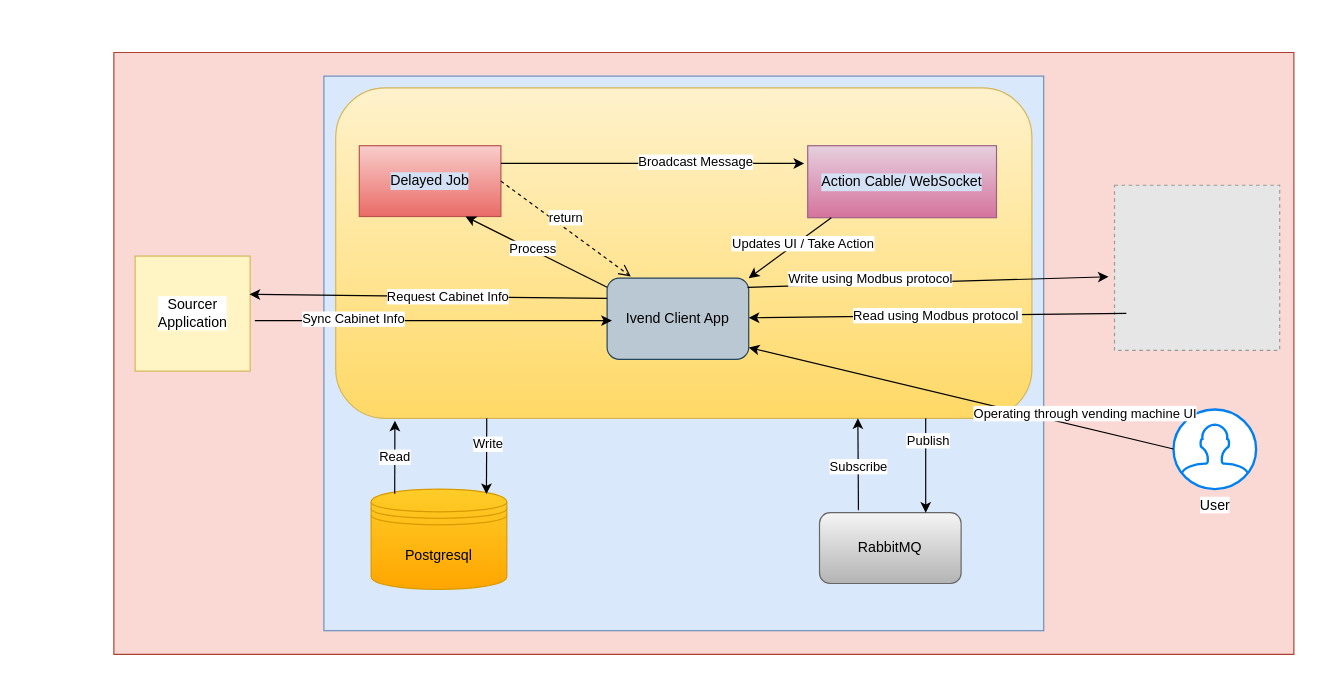
This is Ivend Client.drawio from ishrikanth/graphql, a draw.io file, before an edit. Source tidied: cells renumbered, new cells numbered last; positions are measured from the earlier drawing's top-left corner, leaving out a move shared by most shapes. Both pictures are drawn from the tidied source at 118%, with x=0, y=0 at pixel (113, 52). Pictures stored in the file or linked from it are replaced by grey dashed boxes.
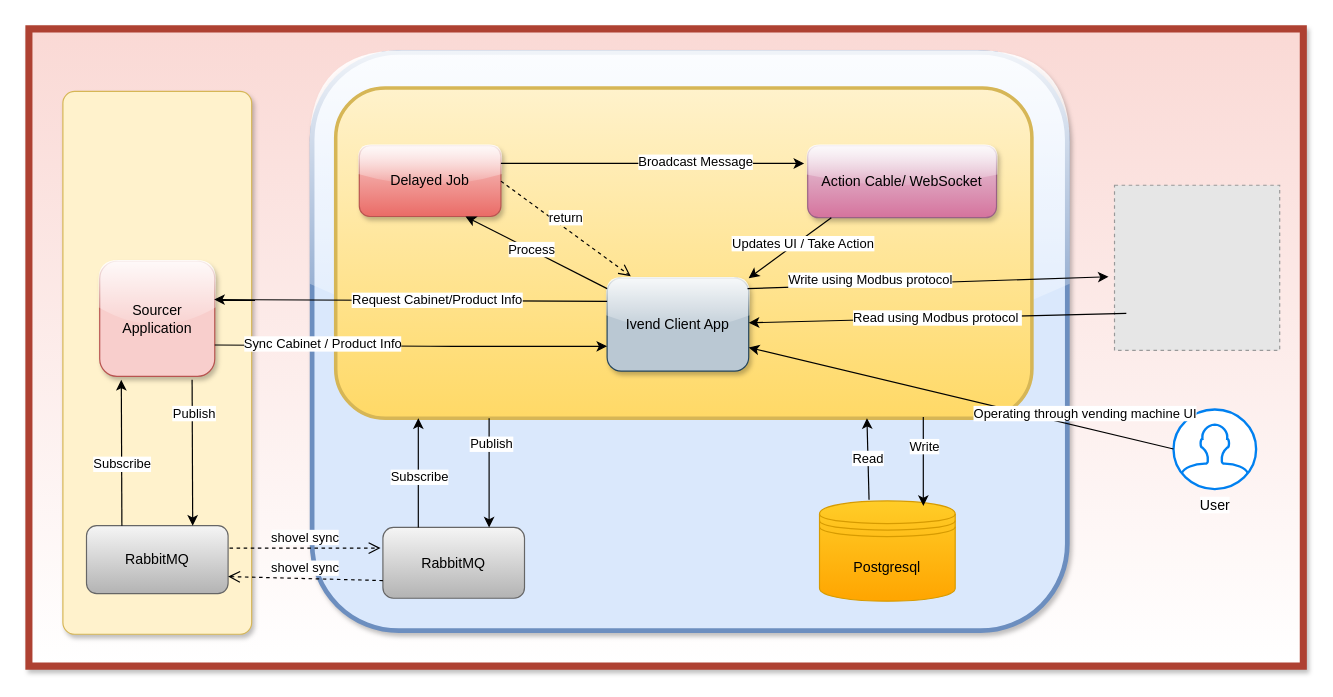
After the change.

The change refers to these unchanged cells:
```xml
<mxCell id="15" style="endArrow=classic;html=1;exitX=0;exitY=0.25;exitDx=0;exitDy=0;entryX=0.995;entryY=0.333;entryDx=0;entryDy=0;entryPerimeter=0;" parent="1" edge="1" source="9" target="6">
  <mxGeometry relative="1" as="geometry" />
</mxCell>
```

What changed in the source:
```diff
@@
-    <mxCell id="2" style="verticalLabelPosition=bottom;verticalAlign=top;html=1;shape=mxgraph.basic.rect;fillColor2=none;strokeWidth=1;size=20;indent=5;fillColor=#fad9d5;strokeColor=#ae4132;" parent="1" vertex="1">
-      <mxGeometry width="1000" height="510" as="geometry" />
+    <mxCell id="2" style="verticalLabelPosition=bottom;verticalAlign=top;html=1;shape=mxgraph.basic.rect;fillColor2=none;strokeWidth=6;size=20;indent=5;fillColor=#fad9d5;strokeColor=#ae4132;shadow=1;gradientColor=#ffffff;" parent="1" vertex="1">
+      <mxGeometry x="-72" y="-20" width="1080" height="540" as="geometry" />
     </mxCell>
+    <mxCell id="37" style="shape=mxgraph.mockup.containers.marginRect;rectMarginTop=10;strokeColor=#d6b656;strokeWidth=1;dashed=0;rounded=1;arcSize=5;shadow=1;fillColor=#fff2cc;" parent="1" vertex="1">
+      <mxGeometry x="-43.2" y="23" width="160" height="470" as="geometry" />
+    </mxCell>
+    <mxCell id="38" value="RabbitMQ" style="rounded=1;whiteSpace=wrap;html=1;gradientColor=#b3b3b3;fillColor=#f5f5f5;strokeColor=#666666;" parent="37" vertex="1">
+      <mxGeometry x="20" y="378" width="120" height="57.5" as="geometry" />
+    </mxCell>
+    <mxCell id="39" style="endArrow=classic;html=1;entryX=0.75;entryY=0;entryDx=0;entryDy=0;" parent="37" edge="1" target="38">
+      <mxGeometry relative="1" as="geometry">
+        <mxPoint x="109.5" y="254.4" as="sourcePoint" />
+      </mxGeometry>
+    </mxCell>
+    <mxCell id="40" value="Publish" style="edgeLabel;html=1;align=center;verticalAlign=middle;" parent="39" vertex="1">
+      <mxGeometry x="-0.54" y="1" relative="1" as="geometry" />
+    </mxCell>
+    <mxCell id="41" style="endArrow=classic;html=1;entryX=0.75;entryY=1;entryDx=0;entryDy=0;exitX=0.25;exitY=0;exitDx=0;exitDy=0;" parent="37" edge="1" source="38">
+      <mxGeometry relative="1" as="geometry">
+        <mxPoint x="49.5" y="254.4" as="targetPoint" />
+      </mxGeometry>
+    </mxCell>
+    <mxCell id="42" value="Subscribe" style="edgeLabel;html=1;align=center;verticalAlign=middle;" parent="41" vertex="1">
+      <mxGeometry x="-0.33" relative="1" as="geometry">
+        <mxPoint y="-12" as="offset" />
+      </mxGeometry>
+    </mxCell>
-    <mxCell id="3" style="rounded=0;whiteSpace=wrap;html=1;labelBackgroundColor=#9933FF;fillColor=#dae8fc;strokeColor=#6c8ebf;" parent="1" vertex="1">
-      <mxGeometry x="178" y="20" width="610" height="470" as="geometry" />
+    <mxCell id="3" style="rounded=1;whiteSpace=wrap;html=1;labelBackgroundColor=#9933FF;fillColor=#dae8fc;strokeColor=#6c8ebf;shadow=1;glass=1;strokeWidth=4;" parent="1" vertex="1">
+      <mxGeometry x="168" width="640" height="490" as="geometry" />
     </mxCell>
-    <mxCell id="4" style="rounded=1;whiteSpace=wrap;html=1;labelBackgroundColor=#D4E1F5;fillColor=#fff2cc;strokeColor=#d6b656;gradientColor=#ffd966;" parent="1" vertex="1">
+    <mxCell id="4" style="rounded=1;whiteSpace=wrap;html=1;labelBackgroundColor=#D4E1F5;fillColor=#fff2cc;strokeColor=#d6b656;gradientColor=#ffd966;strokeWidth=3;" parent="1" vertex="1">
       <mxGeometry x="188" y="30" width="590" height="280" as="geometry" />
     </mxCell>
     <mxCell id="5" value="Postgresql" style="shape=datastore;whiteSpace=wrap;html=1;gradientColor=#ffa500;fillColor=#ffcd28;strokeColor=#d79b00;" parent="1" vertex="1">
-      <mxGeometry x="218" y="370" width="115" height="85" as="geometry" />
+      <mxGeometry x="598" y="380" width="115" height="85" as="geometry" />
     </mxCell>
-    <mxCell id="6" value="Sourcer&lt;br&gt;Application" style="whiteSpace=wrap;labelBackgroundColor=#ffffff;labelBorderColor=#FFF4C3;html=1;fillColor=#FFF4C3;strokeColor=#d6b656;" parent="1" vertex="1">
-      <mxGeometry x="18" y="172.5" width="97.5" height="97.5" as="geometry" />
+    <mxCell id="6" value="Sourcer&lt;br&gt;Application" style="whiteSpace=wrap;labelBackgroundColor=none;labelBorderColor=none;html=1;fillColor=#f8cecc;strokeColor=#b85450;shadow=1;rounded=1;glass=1;gradientColor=none;" parent="1" vertex="1">
+      <mxGeometry x="-12" y="176.9" width="97.5" height="97.5" as="geometry" />
     </mxCell>
@@
     <mxCell id="8" value="RabbitMQ" style="rounded=1;whiteSpace=wrap;html=1;gradientColor=#b3b3b3;fillColor=#f5f5f5;strokeColor=#666666;" parent="1" vertex="1">
-      <mxGeometry x="598" y="390" width="120" height="60" as="geometry" />
+      <mxGeometry x="228" y="402.5" width="120" height="60" as="geometry" />
     </mxCell>
-    <mxCell id="9" value="Ivend Client App" style="rounded=1;whiteSpace=wrap;html=1;fillColor=#bac8d3;strokeColor=#23445d;" parent="1" vertex="1">
-      <mxGeometry x="418" y="191.2" width="120" height="68.8" as="geometry" />
+    <mxCell id="9" value="Ivend Client App" style="rounded=1;whiteSpace=wrap;html=1;fillColor=#bac8d3;strokeColor=#23445d;shadow=1;glass=1;" parent="1" vertex="1">
+      <mxGeometry x="418" y="191.2" width="120" height="78.8" as="geometry" />
     </mxCell>
@@
-    <mxCell id="13" style="endArrow=classic;html=1;entryX=0;entryY=0.5;entryDx=0;entryDy=0;exitX=1;exitY=0.5;exitDx=0;exitDy=0;" parent="1" edge="1">
+    <mxCell id="13" style="endArrow=classic;html=1;" parent="1" edge="1">
       <mxGeometry relative="1" as="geometry">
-        <mxPoint x="119.5" y="227.2" as="sourcePoint" />
-        <mxPoint x="422" y="227.2" as="targetPoint" />
+        <mxPoint x="85.5" y="247.9" as="sourcePoint" />
+        <mxPoint x="418" y="249" as="targetPoint" />
+        <Array as="points">
+          <mxPoint x="278" y="249" />
+        </Array>
       </mxGeometry>
     </mxCell>
-    <mxCell id="14" value="Sync Cabinet Info" style="edgeLabel;html=1;align=center;verticalAlign=middle;rotation=0;" parent="13" vertex="1">
+    <mxCell id="14" value="Sync Cabinet / Product Info" style="edgeLabel;html=1;align=center;verticalAlign=middle;rotation=0;" parent="13" vertex="1">
       <mxGeometry x="-0.45" y="2" relative="1" as="geometry" />
     </mxCell>
@@
-    <mxCell id="16" value="Request Cabinet Info" style="edgeLabel;html=1;align=center;verticalAlign=middle;" parent="15" vertex="1">
+    <mxCell id="16" value="Request Cabinet/Product Info" style="edgeLabel;html=1;align=center;verticalAlign=middle;" parent="15" vertex="1">
       <mxGeometry x="-0.38" y="-1" relative="1" as="geometry">
         <mxPoint x="-42" as="offset" />
       </mxGeometry>
     </mxCell>
-    <mxCell id="17" style="endArrow=classic;html=1;entryX=0.85;entryY=0.05;entryDx=0;entryDy=0;entryPerimeter=0;" parent="1" edge="1" target="5">
-      <mxGeometry relative="1" as="geometry">
-        <mxPoint x="316" y="310" as="sourcePoint" />
-      </mxGeometry>
+    <mxCell id="17" style="endArrow=classic;html=1;entryX=0.765;entryY=0.05;entryDx=0;entryDy=0;entryPerimeter=0;exitX=0.844;exitY=0.996;exitDx=0;exitDy=0;exitPerimeter=0;" parent="1" edge="1" source="4" target="5">
+      <mxGeometry relative="1" as="geometry" />
     </mxCell>
@@
     <mxCell id="19" style="endArrow=classic;html=1;entryX=0.75;entryY=0;entryDx=0;entryDy=0;" parent="1" edge="1" target="8">
       <mxGeometry relative="1" as="geometry">
-        <mxPoint x="688" y="310" as="sourcePoint" />
+        <mxPoint x="318" y="310" as="sourcePoint" />
       </mxGeometry>
     </mxCell>
@@
-    <mxCell id="21" value="User" style="html=1;verticalLabelPosition=bottom;align=center;labelBackgroundColor=#ffffff;verticalAlign=top;strokeWidth=2;strokeColor=#0080F0;shadow=0;dashed=0;shape=mxgraph.ios7.icons.user;" parent="1" vertex="1">
+    <mxCell id="21" value="User" style="html=1;verticalLabelPosition=bottom;align=center;labelBackgroundColor=#ffffff;verticalAlign=top;strokeWidth=2;strokeColor=#0080F0;shadow=0;dashed=0;shape=mxgraph.ios7.icons.user;gradientColor=#ffffff;" parent="1" vertex="1">
       <mxGeometry x="898" y="302.5" width="70" height="67.5" as="geometry" />
     </mxCell>
@@
-    <mxCell id="24" style="endArrow=classic;html=1;entryX=0.75;entryY=1;entryDx=0;entryDy=0;" parent="1" edge="1" target="4">
+    <mxCell id="24" style="endArrow=classic;html=1;entryX=0.75;entryY=1;entryDx=0;entryDy=0;exitX=0.25;exitY=0;exitDx=0;exitDy=0;" parent="1" edge="1" source="8">
       <mxGeometry relative="1" as="geometry">
-        <mxPoint x="631" y="388" as="sourcePoint" />
+        <mxPoint x="258" y="310" as="targetPoint" />
       </mxGeometry>
     </mxCell>
@@
-    <mxCell id="26" value="Read" style="endArrow=classic;html=1;entryX=0.085;entryY=1.007;entryDx=0;entryDy=0;entryPerimeter=0;" parent="1" edge="1" target="4">
+    <mxCell id="26" value="Read" style="endArrow=classic;html=1;entryX=0.085;entryY=1.007;entryDx=0;entryDy=0;entryPerimeter=0;exitX=0.365;exitY=-0.012;exitDx=0;exitDy=0;exitPerimeter=0;" parent="1" edge="1" source="5">
       <mxGeometry relative="1" as="geometry">
-        <mxPoint x="238" y="374" as="sourcePoint" />
+        <mxPoint x="638.2" y="310" as="targetPoint" />
       </mxGeometry>
     </mxCell>
-    <mxCell id="27" value="Delayed Job" style="rounded=0;whiteSpace=wrap;html=1;labelBackgroundColor=#D4E1F5;gradientColor=#ea6b66;fillColor=#f8cecc;strokeColor=#b85450;" parent="1" vertex="1">
+    <mxCell id="27" value="Delayed Job" style="rounded=1;whiteSpace=wrap;html=1;labelBackgroundColor=none;gradientColor=#ea6b66;fillColor=#f8cecc;strokeColor=#b85450;shadow=1;glass=1;" parent="1" vertex="1">
       <mxGeometry x="208" y="79" width="120" height="60" as="geometry" />
     </mxCell>
-    <mxCell id="28" value="Action Cable/ WebSocket" style="rounded=0;whiteSpace=wrap;html=1;labelBackgroundColor=#D4E1F5;gradientColor=#d5739d;fillColor=#e6d0de;strokeColor=#996185;" parent="1" vertex="1">
+    <mxCell id="28" value="Action Cable/ WebSocket" style="rounded=1;whiteSpace=wrap;html=1;labelBackgroundColor=none;gradientColor=#d5739d;fillColor=#e6d0de;strokeColor=#996185;shadow=1;glass=1;" parent="1" vertex="1">
       <mxGeometry x="588" y="79" width="160" height="61" as="geometry" />
     </mxCell>
@@
+    <mxCell id="43" value="shovel sync" style="html=1;verticalAlign=bottom;endArrow=open;dashed=1;endSize=8;exitX=1;exitY=0.5;exitDx=0;exitDy=0;" parent="1" edge="1">
+      <mxGeometry relative="1" as="geometry">
+        <mxPoint x="98" y="420" as="sourcePoint" />
+        <mxPoint x="226" y="420" as="targetPoint" />
+      </mxGeometry>
+    </mxCell>
+    <mxCell id="44" value="shovel sync" style="html=1;verticalAlign=bottom;endArrow=open;dashed=1;endSize=8;entryX=1;entryY=0.75;entryDx=0;entryDy=0;exitX=0;exitY=0.75;exitDx=0;exitDy=0;" parent="1" edge="1" source="8" target="38">
+      <mxGeometry relative="1" as="geometry" />
+    </mxCell>
```
